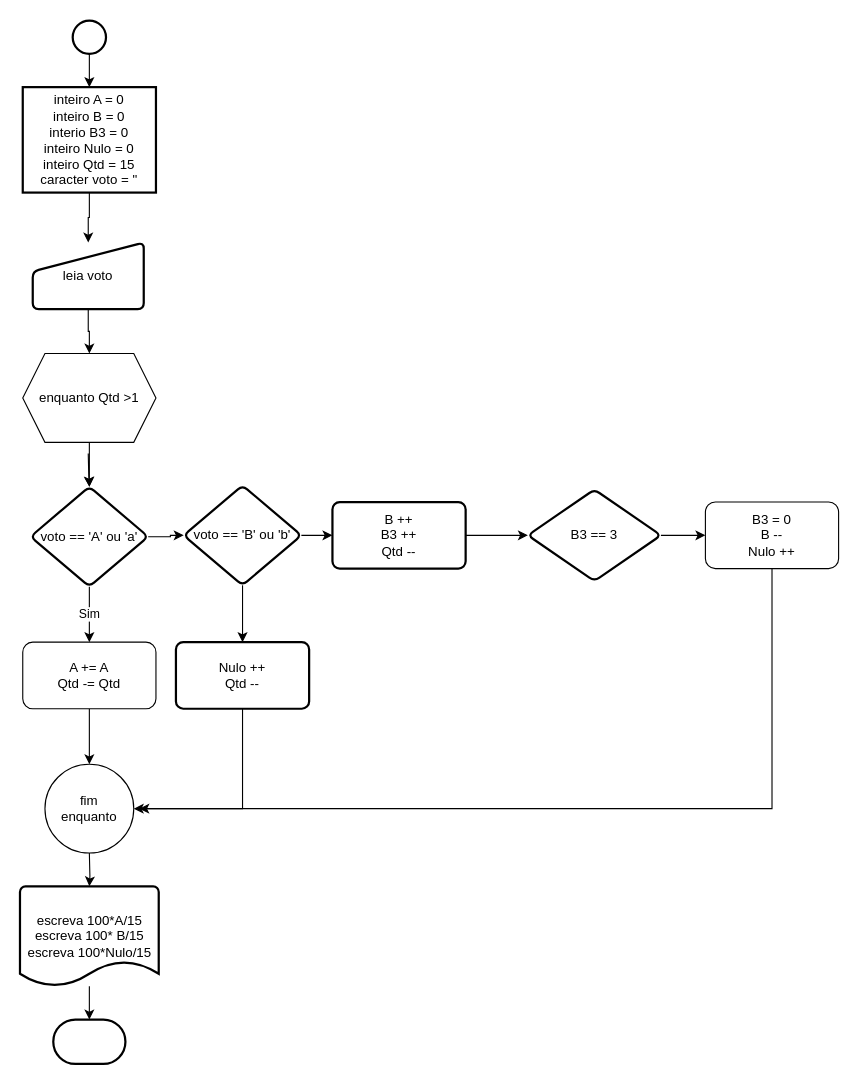
Above: Ex.2.drawio in rafaelengineer/Curso_Logica_Acc (draw.io), before the change. Source tidied: cells renumbered, new cells numbered last; positions are measured from the earlier drawing's top-left corner, leaving out a move shared by most shapes. Both pictures are drawn from the tidied source at 111%, with x=0, y=0 at pixel (19, 20).
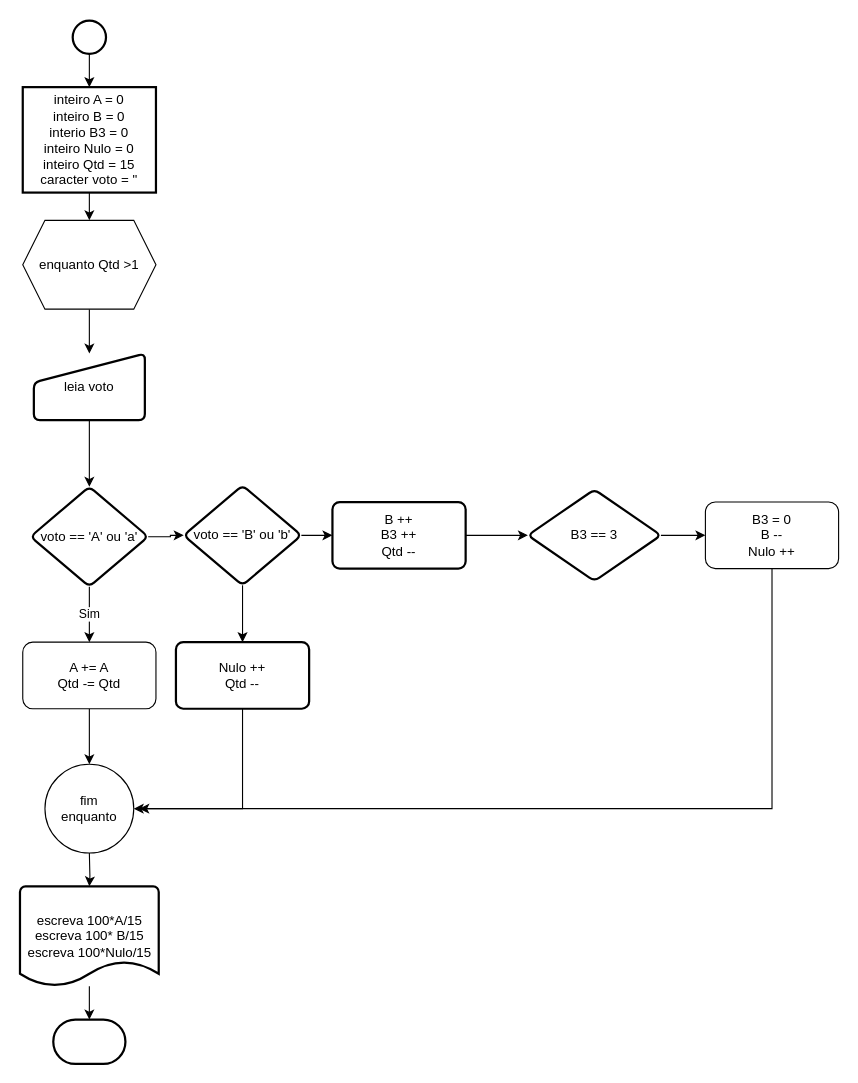
The same diagram, later.

The change refers to these unchanged cells:
```xml
<mxCell id="8" value="inteiro A = 0&lt;br&gt;inteiro B = 0&lt;br&gt;interio B3 = 0&lt;br&gt;inteiro Nulo = 0&lt;br&gt;inteiro Qtd = 15&lt;br&gt;caracter voto = &quot;" style="whiteSpace=wrap;html=1;strokeWidth=2;" parent="1" vertex="1">
  <mxGeometry x="3" y="60" width="120" height="95" as="geometry" />
</mxCell>
<mxCell id="13" value="voto == 'A' ou 'a'" style="rhombus;whiteSpace=wrap;html=1;strokeWidth=2;rounded=1;arcSize=11;" parent="1" vertex="1">
  <mxGeometry x="10" y="420" width="106" height="90" as="geometry" />
</mxCell>
```

The edit, as a diff of the source:
```diff
@@
-    <mxCell id="7" style="edgeStyle=orthogonalEdgeStyle;rounded=0;jettySize=auto;html=1;" parent="1" edge="1" source="8" target="10">
-      <mxGeometry relative="1" as="geometry" />
-    </mxCell>
+    <mxCell id="32" style="edgeStyle=orthogonalEdgeStyle;rounded=0;jettySize=auto;html=1;" parent="1" edge="1" source="8" target="27">
+      <mxGeometry relative="1" as="geometry" />
+    </mxCell>
@@
-    <mxCell id="9" style="edgeStyle=orthogonalEdgeStyle;rounded=0;jettySize=auto;html=1;" parent="1" edge="1" source="10" target="27">
-      <mxGeometry relative="1" as="geometry" />
-    </mxCell>
+    <mxCell id="33" style="edgeStyle=orthogonalEdgeStyle;rounded=0;jettySize=auto;html=1;" parent="1" edge="1" source="10" target="13">
+      <mxGeometry relative="1" as="geometry" />
+    </mxCell>
     <mxCell id="10" value="leia voto" style="html=1;strokeWidth=2;shape=manualInput;whiteSpace=wrap;rounded=1;size=26;arcSize=11;" parent="1" vertex="1">
-      <mxGeometry x="12" y="200" width="100" height="60" as="geometry" />
+      <mxGeometry x="13" y="300" width="100" height="60" as="geometry" />
     </mxCell>
@@
-    <mxCell id="20" style="edgeStyle=orthogonalEdgeStyle;rounded=0;jettySize=auto;html=1;" parent="1" edge="1" target="13">
-      <mxGeometry relative="1" as="geometry">
-        <mxPoint x="62" y="390" as="sourcePoint" />
-      </mxGeometry>
-    </mxCell>
@@
-    <mxCell id="26" style="edgeStyle=orthogonalEdgeStyle;rounded=0;jettySize=auto;html=1;" parent="1" edge="1" source="27" target="13">
-      <mxGeometry relative="1" as="geometry" />
-    </mxCell>
+    <mxCell id="34" style="edgeStyle=orthogonalEdgeStyle;rounded=0;jettySize=auto;html=1;" parent="1" edge="1" source="27" target="10">
+      <mxGeometry relative="1" as="geometry" />
+    </mxCell>
     <mxCell id="27" value="enquanto Qtd &amp;gt;1" style="shape=hexagon;perimeter=hexagonPerimeter2;whiteSpace=wrap;html=1;fixedSize=1;" parent="1" vertex="1">
-      <mxGeometry x="3" y="300" width="120" height="80" as="geometry" />
+      <mxGeometry x="3" y="180" width="120" height="80" as="geometry" />
     </mxCell>
```
